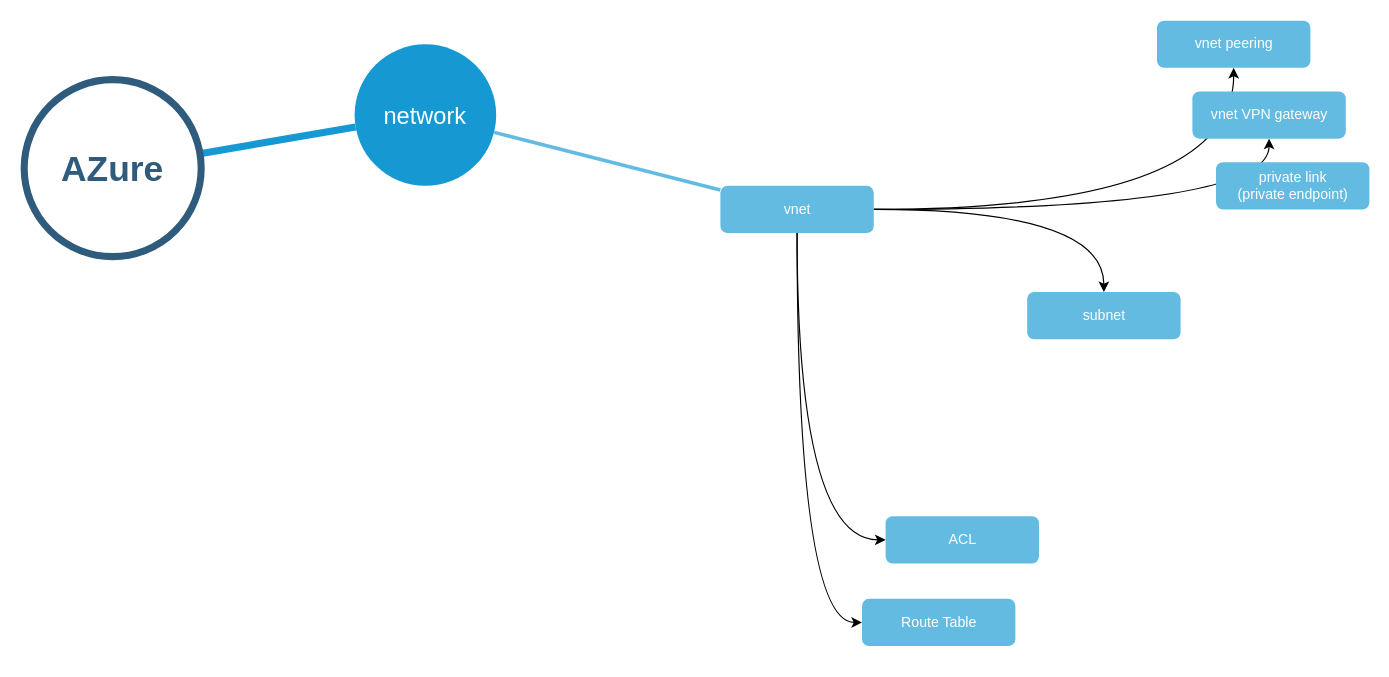
lzzgeo/TechCoffee keeps this draw.io diagram as page "AZure" (1 of 2) of AZure Learn Path.drawio. Above is the earlier version. Source tidied: cells renumbered, new cells numbered last; positions are measured from the earlier drawing's top-left corner, leaving out a move shared by most shapes. Both pictures are drawn from the tidied source at 118%, with x=0, y=0 at pixel (24, 20).
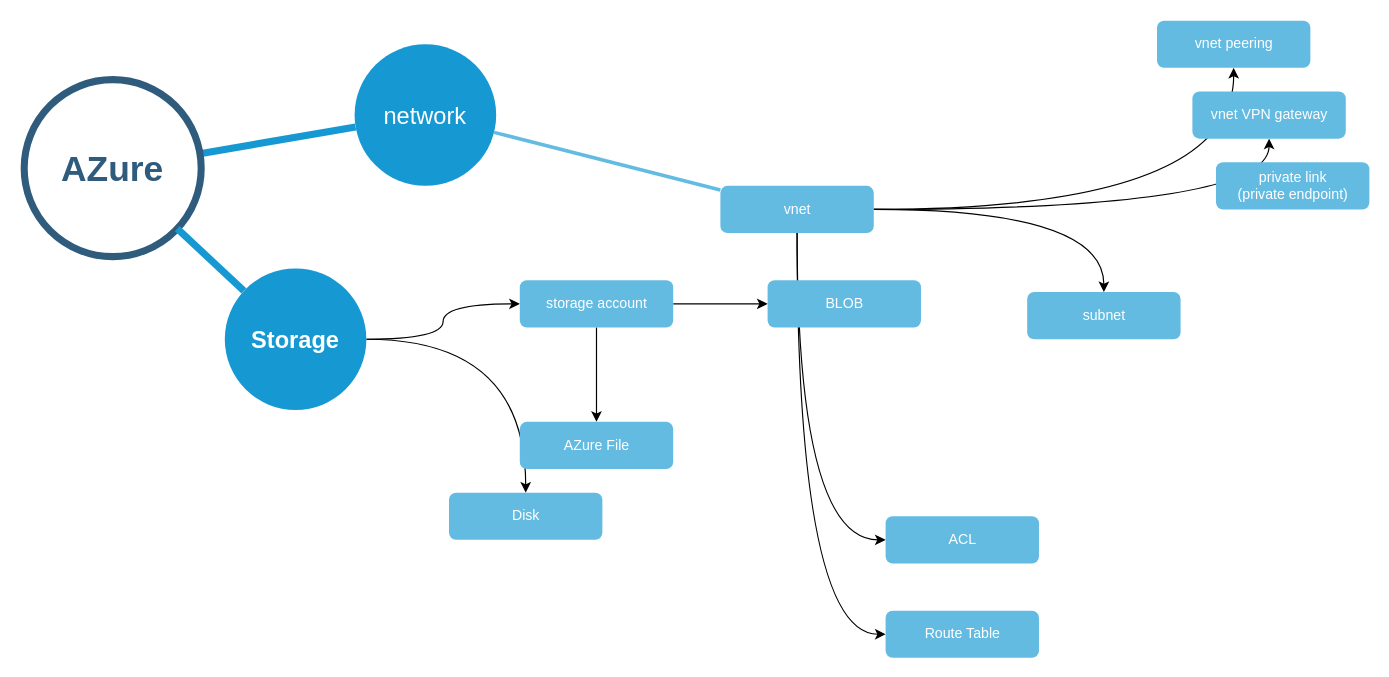
The same page after the edit.

Unchanged cells that the change refers to:
```xml
<mxCell id="9" value="vnet" style="rounded=1;fillColor=#64BBE2;strokeColor=none;strokeWidth=3;shadow=0;html=1;fontColor=#FFFFFF;" parent="1" vertex="1">
  <mxGeometry x="590" y="140" width="130" height="40" as="geometry" />
</mxCell>
<mxCell id="14" value="AZure" style="ellipse;whiteSpace=wrap;html=1;shadow=0;fontFamily=Helvetica;fontSize=30;fontColor=#2F5B7C;align=center;strokeColor=#2F5B7C;strokeWidth=6;fillColor=#FFFFFF;fontStyle=1;gradientColor=none;" parent="1" vertex="1">
  <mxGeometry y="50" width="150" height="150" as="geometry" />
</mxCell>
```

The edit, as a diff of the source:
```diff
@@
-    <mxCell id="8" style="edgeStyle=orthogonalEdgeStyle;curved=1;rounded=0;jettySize=auto;html=1;entryX=0;entryY=0.5;entryDx=0;entryDy=0;" parent="1" edge="1" source="9" target="17">
+    <mxCell id="8" style="edgeStyle=orthogonalEdgeStyle;curved=1;rounded=0;jettySize=auto;html=1;entryX=0;entryY=0.5;entryDx=0;entryDy=0;exitX=0.5;exitY=1;exitDx=0;exitDy=0;" parent="1" edge="1" source="9" target="17">
       <mxGeometry relative="1" as="geometry" />
     </mxCell>
@@
     <mxCell id="17" value="Route Table" style="rounded=1;fillColor=#64BBE2;strokeColor=none;strokeWidth=3;shadow=0;html=1;fontColor=#FFFFFF;" parent="1" vertex="1">
-      <mxGeometry x="710" y="490" width="130" height="40" as="geometry" />
+      <mxGeometry x="730" y="500" width="130" height="40" as="geometry" />
     </mxCell>
+    <mxCell id="18" style="edgeStyle=orthogonalEdgeStyle;curved=1;rounded=0;jettySize=auto;html=1;exitX=1;exitY=0.5;exitDx=0;exitDy=0;" parent="1" edge="1" source="26" target="25">
+      <mxGeometry relative="1" as="geometry" />
+    </mxCell>
+    <mxCell id="19" style="edgeStyle=orthogonalEdgeStyle;curved=1;rounded=0;jettySize=auto;html=1;" parent="1" edge="1" source="26" target="22">
+      <mxGeometry relative="1" as="geometry" />
+    </mxCell>
+    <mxCell id="20" style="edgeStyle=orthogonalEdgeStyle;curved=1;rounded=0;jettySize=auto;html=1;" parent="1" edge="1" source="22" target="24">
+      <mxGeometry relative="1" as="geometry" />
+    </mxCell>
+    <mxCell id="21" style="edgeStyle=orthogonalEdgeStyle;curved=1;rounded=0;jettySize=auto;html=1;" parent="1" edge="1" source="22" target="23">
+      <mxGeometry relative="1" as="geometry" />
+    </mxCell>
+    <mxCell id="22" value="storage account" style="rounded=1;fillColor=#64BBE2;strokeColor=none;strokeWidth=3;shadow=0;html=1;fontColor=#FFFFFF;" parent="1" vertex="1">
+      <mxGeometry x="420" y="220" width="130" height="40" as="geometry" />
+    </mxCell>
+    <mxCell id="23" value="AZure File" style="rounded=1;fillColor=#64BBE2;strokeColor=none;strokeWidth=3;shadow=0;html=1;fontColor=#FFFFFF;" parent="1" vertex="1">
+      <mxGeometry x="420" y="340" width="130" height="40" as="geometry" />
+    </mxCell>
+    <mxCell id="24" value="BLOB" style="rounded=1;fillColor=#64BBE2;strokeColor=none;strokeWidth=3;shadow=0;html=1;fontColor=#FFFFFF;" parent="1" vertex="1">
+      <mxGeometry x="630" y="220" width="130" height="40" as="geometry" />
+    </mxCell>
+    <mxCell id="25" value="Disk" style="rounded=1;fillColor=#64BBE2;strokeColor=none;strokeWidth=3;shadow=0;html=1;fontColor=#FFFFFF;" parent="1" vertex="1">
+      <mxGeometry x="360" y="400" width="130" height="40" as="geometry" />
+    </mxCell>
+    <mxCell id="26" value="Storage" style="ellipse;whiteSpace=wrap;html=1;shadow=0;fontFamily=Helvetica;fontSize=20;fontColor=#FFFFFF;align=center;strokeWidth=3;fillColor=#1699D3;strokeColor=none;fontStyle=1;" parent="1" vertex="1">
+      <mxGeometry x="170" y="210" width="120" height="120" as="geometry" />
+    </mxCell>
+    <mxCell id="27" style="endArrow=none;strokeWidth=6;strokeColor=#1699D3;html=1;" parent="1" edge="1" source="14" target="26">
+      <mxGeometry relative="1" as="geometry" />
+    </mxCell>
```
